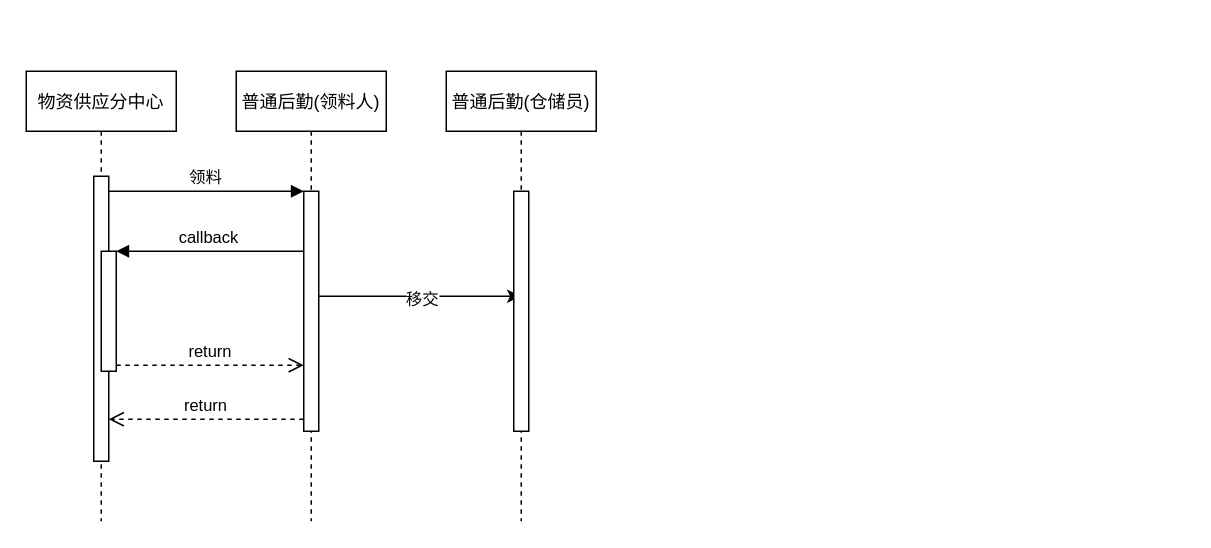
This is Untitled Diagram.drawio from KongValley/Bilibili-desc, a draw.io file, before an edit. Source tidied: cells renumbered, new cells numbered last; positions are measured from the earlier drawing's top-left corner, leaving out a move shared by most shapes. Both pictures are drawn from the tidied source at 150%, with x=0, y=0 at pixel (26, 70).
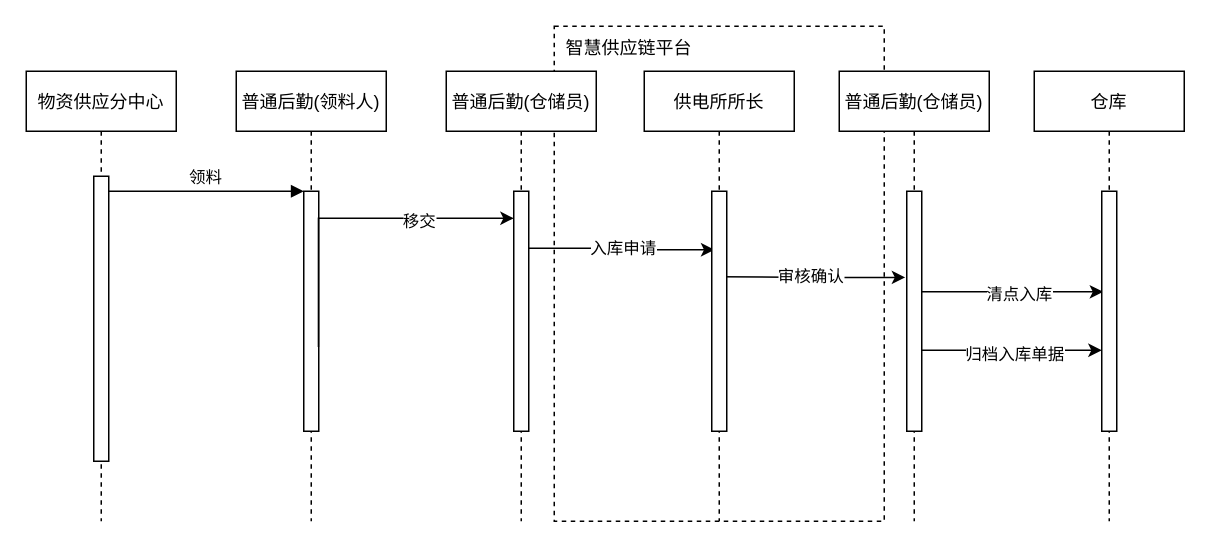
The same diagram, later.

The change refers to these unchanged cells:
```xml
<mxCell id="2" value="物资供应分中心" style="shape=umlLifeline;perimeter=lifelinePerimeter;rounded=0;shadow=0;strokeWidth=1;" parent="1" vertex="1">
  <mxGeometry width="100" height="300" as="geometry" />
</mxCell>
<mxCell id="3" style="points=[];perimeter=orthogonalPerimeter;rounded=0;shadow=0;strokeWidth=1;" parent="2" vertex="1">
  <mxGeometry x="45" y="70" width="10" height="190" as="geometry" />
</mxCell>
```

The edit, as a diff of the source:
```diff
@@
+    <mxCell id="15" style="group;" parent="1" vertex="1">
+      <mxGeometry x="352" y="-30" width="220" height="330" as="geometry" />
+    </mxCell>
+    <mxCell id="16" style="rounded=0;whiteSpace=wrap;html=1;dashed=1;" parent="15" vertex="1">
+      <mxGeometry width="220" height="330" as="geometry" />
+    </mxCell>
+    <mxCell id="17" value="智慧供应链平台" style="text;html=1;strokeColor=none;fillColor=none;align=center;verticalAlign=middle;whiteSpace=wrap;rounded=0;dashed=1;" parent="15" vertex="1">
+      <mxGeometry width="100" height="30" as="geometry" />
+    </mxCell>
@@
-    <mxCell id="4" style="points=[];perimeter=orthogonalPerimeter;rounded=0;shadow=0;strokeWidth=1;" parent="2" vertex="1">
-      <mxGeometry x="50" y="120" width="10" height="80" as="geometry" />
-    </mxCell>
+    <mxCell id="7" value="普通后勤(领料人)" style="shape=umlLifeline;perimeter=lifelinePerimeter;rounded=0;shadow=0;strokeWidth=1;" parent="1" vertex="1">
+      <mxGeometry x="140" width="100" height="300" as="geometry" />
+    </mxCell>
+    <mxCell id="8" style="points=[];perimeter=orthogonalPerimeter;rounded=0;shadow=0;strokeWidth=1;" parent="7" vertex="1">
+      <mxGeometry x="45" y="80" width="10" height="160" as="geometry" />
+    </mxCell>
+    <mxCell id="10" value="领料" style="verticalAlign=bottom;endArrow=block;entryX=0;entryY=0;shadow=0;strokeWidth=1;" parent="1" edge="1" source="3" target="8">
+      <mxGeometry relative="1" as="geometry" />
+    </mxCell>
+    <mxCell id="18" style="edgeStyle=orthogonalEdgeStyle;rounded=0;jettySize=auto;html=1;entryX=0.18;entryY=0.244;entryDx=0;entryDy=0;entryPerimeter=0;" parent="1" edge="1" target="22">
+      <mxGeometry relative="1" as="geometry">
+        <mxPoint x="329.5" y="118" as="sourcePoint" />
+        <Array as="points">
+          <mxPoint x="400" y="118" />
+        </Array>
+      </mxGeometry>
+    </mxCell>
+    <mxCell id="19" value="入库申请" style="edgeLabel;html=1;align=center;verticalAlign=middle;" parent="18" vertex="1">
+      <mxGeometry x="-0.14" y="1" relative="1" as="geometry">
+        <mxPoint x="12" as="offset" />
+      </mxGeometry>
+    </mxCell>
+    <mxCell id="13" value="普通后勤(仓储员)" style="shape=umlLifeline;perimeter=lifelinePerimeter;rounded=0;shadow=0;strokeWidth=1;" parent="1" vertex="1">
+      <mxGeometry x="280" width="100" height="300" as="geometry" />
+    </mxCell>
-    <mxCell id="5" style="edgeStyle=orthogonalEdgeStyle;rounded=0;jettySize=auto;html=1;" parent="1" edge="1" source="7" target="13">
-      <mxGeometry relative="1" as="geometry" />
+    <mxCell id="5" style="edgeStyle=orthogonalEdgeStyle;rounded=0;jettySize=auto;html=1;exitX=0.98;exitY=0.649;exitDx=0;exitDy=0;exitPerimeter=0;" parent="13" edge="1" source="8">
+      <mxGeometry relative="1" as="geometry">
+        <mxPoint x="45" y="98" as="targetPoint" />
+        <Array as="points">
+          <mxPoint x="-85" y="98" />
+        </Array>
+      </mxGeometry>
     </mxCell>
     <mxCell id="6" value="移交" style="edgeLabel;html=1;align=center;verticalAlign=middle;" parent="5" vertex="1">
       <mxGeometry x="0.26" y="-1" relative="1" as="geometry">
-        <mxPoint x="-14" as="offset" />
+        <mxPoint x="17" as="offset" />
       </mxGeometry>
     </mxCell>
-    <mxCell id="7" value="普通后勤(领料人)" style="shape=umlLifeline;perimeter=lifelinePerimeter;rounded=0;shadow=0;strokeWidth=1;" parent="1" vertex="1">
-      <mxGeometry x="140" width="100" height="300" as="geometry" />
-    </mxCell>
-    <mxCell id="8" style="points=[];perimeter=orthogonalPerimeter;rounded=0;shadow=0;strokeWidth=1;" parent="7" vertex="1">
-      <mxGeometry x="45" y="80" width="10" height="160" as="geometry" />
-    </mxCell>
-    <mxCell id="9" value="return" style="verticalAlign=bottom;endArrow=open;dashed=1;endSize=8;exitX=0;exitY=0.95;shadow=0;strokeWidth=1;" parent="1" edge="1" source="8" target="3">
-      <mxGeometry relative="1" as="geometry" />
-    </mxCell>
-    <mxCell id="10" value="领料" style="verticalAlign=bottom;endArrow=block;entryX=0;entryY=0;shadow=0;strokeWidth=1;" parent="1" edge="1" source="3" target="8">
-      <mxGeometry relative="1" as="geometry" />
-    </mxCell>
-    <mxCell id="11" value="callback" style="verticalAlign=bottom;endArrow=block;entryX=1;entryY=0;shadow=0;strokeWidth=1;" parent="1" edge="1" source="8" target="4">
-      <mxGeometry relative="1" as="geometry" />
-    </mxCell>
-    <mxCell id="12" value="return" style="verticalAlign=bottom;endArrow=open;dashed=1;endSize=8;exitX=1;exitY=0.95;shadow=0;strokeWidth=1;" parent="1" edge="1" source="4" target="8">
-      <mxGeometry relative="1" as="geometry" />
-    </mxCell>
-    <mxCell id="13" value="普通后勤(仓储员)" style="shape=umlLifeline;perimeter=lifelinePerimeter;rounded=0;shadow=0;strokeWidth=1;" parent="1" vertex="1">
-      <mxGeometry x="280" width="100" height="300" as="geometry" />
-    </mxCell>
@@
+    <mxCell id="20" value="审核确认" style="edgeStyle=orthogonalEdgeStyle;rounded=0;jettySize=auto;html=1;entryX=-0.1;entryY=0.359;entryDx=0;entryDy=0;entryPerimeter=0;" parent="1" edge="1" target="26">
+      <mxGeometry relative="1" as="geometry">
+        <mxPoint x="461.5" y="137" as="sourcePoint" />
+      </mxGeometry>
+    </mxCell>
+    <mxCell id="21" value="供电所所长" style="shape=umlLifeline;perimeter=lifelinePerimeter;rounded=0;shadow=0;strokeWidth=1;" parent="1" vertex="1">
+      <mxGeometry x="412" width="100" height="300" as="geometry" />
+    </mxCell>
+    <mxCell id="22" style="points=[];perimeter=orthogonalPerimeter;rounded=0;shadow=0;strokeWidth=1;" parent="21" vertex="1">
+      <mxGeometry x="45" y="80" width="10" height="160" as="geometry" />
+    </mxCell>
+    <mxCell id="23" style="edgeStyle=orthogonalEdgeStyle;rounded=0;jettySize=auto;html=1;entryX=0.1;entryY=0.419;entryDx=0;entryDy=0;entryPerimeter=0;" parent="1" edge="1" source="25" target="28">
+      <mxGeometry relative="1" as="geometry">
+        <Array as="points">
+          <mxPoint x="622" y="147" />
+          <mxPoint x="622" y="147" />
+        </Array>
+      </mxGeometry>
+    </mxCell>
+    <mxCell id="24" value="清点入库" style="edgeLabel;html=1;align=center;verticalAlign=middle;" parent="23" vertex="1">
+      <mxGeometry x="0.32" y="-1" relative="1" as="geometry">
+        <mxPoint x="-13" as="offset" />
+      </mxGeometry>
+    </mxCell>
+    <mxCell id="25" value="普通后勤(仓储员)" style="shape=umlLifeline;perimeter=lifelinePerimeter;rounded=0;shadow=0;strokeWidth=1;" parent="1" vertex="1">
+      <mxGeometry x="542" width="100" height="300" as="geometry" />
+    </mxCell>
+    <mxCell id="26" style="points=[];perimeter=orthogonalPerimeter;rounded=0;shadow=0;strokeWidth=1;" parent="25" vertex="1">
+      <mxGeometry x="45" y="80" width="10" height="160" as="geometry" />
+    </mxCell>
+    <mxCell id="27" value="仓库" style="shape=umlLifeline;perimeter=lifelinePerimeter;rounded=0;shadow=0;strokeWidth=1;" parent="1" vertex="1">
+      <mxGeometry x="672" width="100" height="300" as="geometry" />
+    </mxCell>
+    <mxCell id="28" style="points=[];perimeter=orthogonalPerimeter;rounded=0;shadow=0;strokeWidth=1;" parent="27" vertex="1">
+      <mxGeometry x="45" y="80" width="10" height="160" as="geometry" />
+    </mxCell>
+    <mxCell id="29" style="edgeStyle=orthogonalEdgeStyle;rounded=0;orthogonalLoop=1;jettySize=auto;html=1;" parent="1" edge="1">
+      <mxGeometry relative="1" as="geometry">
+        <mxPoint x="597" y="186" as="sourcePoint" />
+        <mxPoint x="717" y="186" as="targetPoint" />
+      </mxGeometry>
+    </mxCell>
+    <mxCell id="30" value="归档入库单据" style="edgeLabel;html=1;align=center;verticalAlign=middle;" parent="29" vertex="1">
+      <mxGeometry x="0.2" y="-2" relative="1" as="geometry">
+        <mxPoint x="-11" as="offset" />
+      </mxGeometry>
+    </mxCell>
```
